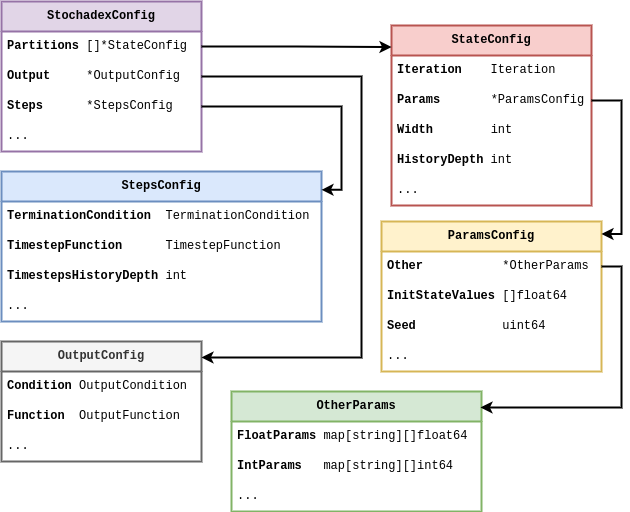
Before: images/chapter-1-stochadex-data-types.drawio.png, a diagram exported from draw.io (umbralcalc/worlds-of-observation). Source tidied: cells renumbered, new cells last; positions are measured from the earlier drawing's top-left corner, leaving out a move shared by most shapes.
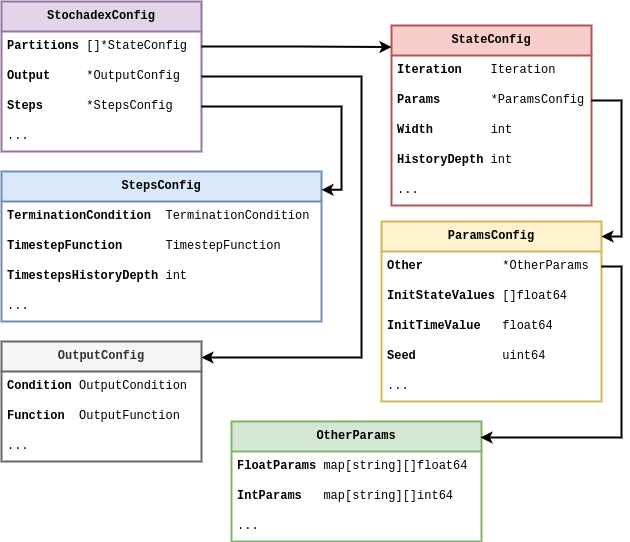
After the commit.

Commit message:
added structure updates to stochadex config

What changed in the source:
```diff
@@ -54,7 +54,7 @@
       <mxGeometry y="120" width="320" height="30" as="geometry" />
     </mxCell>
     <mxCell id="19" value="&lt;b&gt;ParamsConfig&lt;/b&gt;" style="swimlane;fontStyle=0;horizontal=1;startSize=30;whiteSpace=wrap;html=1;fontFamily=Courier New;strokeWidth=2;fillColor=#fff2cc;strokeColor=#d6b656;" parent="1" vertex="1">
-      <mxGeometry x="380" y="220" width="220" height="150" as="geometry" />
+      <mxGeometry x="380" y="220" width="220" height="180" as="geometry" />
     </mxCell>
     <mxCell id="20" value="&lt;b&gt;Other&lt;/b&gt;&amp;nbsp; &amp;nbsp; &amp;nbsp; &amp;nbsp; &amp;nbsp; &amp;nbsp;*OtherParams" style="text;strokeColor=none;fillColor=none;align=left;verticalAlign=middle;spacingLeft=4;spacingRight=4;overflow=hidden;points=[[0,0.5],[1,0.5]];portConstraint=eastwest;whiteSpace=wrap;html=1;fontFamily=Courier New;" parent="19" vertex="1">
       <mxGeometry y="30" width="220" height="30" as="geometry" />
@@ -62,11 +62,14 @@
     <mxCell id="21" value="&lt;b&gt;InitStateValues&lt;/b&gt; []float64" style="text;strokeColor=none;fillColor=none;align=left;verticalAlign=middle;spacingLeft=4;spacingRight=4;overflow=hidden;whiteSpace=wrap;html=1;fontFamily=Courier New;" parent="19" vertex="1">
       <mxGeometry y="60" width="220" height="30" as="geometry" />
     </mxCell>
-    <mxCell id="22" value="&lt;b&gt;Seed&lt;/b&gt;&amp;nbsp; &amp;nbsp; &amp;nbsp; &amp;nbsp; &amp;nbsp; &amp;nbsp; uint64" style="text;strokeColor=none;fillColor=none;align=left;verticalAlign=middle;spacingLeft=4;spacingRight=4;overflow=hidden;whiteSpace=wrap;html=1;fontFamily=Courier New;" parent="19" vertex="1">
+    <mxCell id="22" value="&lt;b&gt;InitTimeValue&lt;/b&gt;&amp;nbsp; &amp;nbsp;float64" style="text;strokeColor=none;fillColor=none;align=left;verticalAlign=middle;spacingLeft=4;spacingRight=4;overflow=hidden;whiteSpace=wrap;html=1;fontFamily=Courier New;" parent="19" vertex="1">
       <mxGeometry y="90" width="220" height="30" as="geometry" />
     </mxCell>
+    <mxCell id="36" value="&lt;b&gt;Seed&lt;/b&gt;&amp;nbsp; &amp;nbsp; &amp;nbsp; &amp;nbsp; &amp;nbsp; &amp;nbsp; uint64" style="text;strokeColor=none;fillColor=none;align=left;verticalAlign=middle;spacingLeft=4;spacingRight=4;overflow=hidden;whiteSpace=wrap;html=1;fontFamily=Courier New;" parent="19" vertex="1">
+      <mxGeometry y="120" width="220" height="30" as="geometry" />
+    </mxCell>
     <mxCell id="23" value="..." style="text;strokeColor=none;fillColor=none;align=left;verticalAlign=middle;spacingLeft=4;spacingRight=4;overflow=hidden;whiteSpace=wrap;html=1;fontFamily=Courier New;" parent="19" vertex="1">
-      <mxGeometry y="120" width="220" height="30" as="geometry" />
+      <mxGeometry y="150" width="220" height="30" as="geometry" />
     </mxCell>
     <mxCell id="24" style="edgeStyle=orthogonalEdgeStyle;rounded=0;jettySize=auto;html=1;entryX=1;entryY=0.083;entryDx=0;entryDy=0;entryPerimeter=0;strokeWidth=2;exitX=1;exitY=0.5;exitDx=0;exitDy=0;" parent="1" edge="1" source="9" target="19">
       <mxGeometry relative="1" as="geometry" />
@@ -100,7 +103,7 @@
       </mxGeometry>
     </mxCell>
     <mxCell id="31" value="&lt;b&gt;OtherParams&lt;/b&gt;" style="swimlane;fontStyle=0;horizontal=1;startSize=30;whiteSpace=wrap;html=1;fontFamily=Courier New;strokeWidth=2;fillColor=#d5e8d4;strokeColor=#82b366;" parent="1" vertex="1">
-      <mxGeometry x="230" y="390" width="250" height="120" as="geometry" />
+      <mxGeometry x="230" y="420" width="250" height="120" as="geometry" />
     </mxCell>
     <mxCell id="32" value="&lt;b&gt;FloatParams &lt;/b&gt;map[string][]float64" style="text;strokeColor=none;fillColor=none;align=left;verticalAlign=middle;spacingLeft=4;spacingRight=4;overflow=hidden;whiteSpace=wrap;html=1;fontFamily=Courier New;" parent="31" vertex="1">
       <mxGeometry y="30" width="250" height="30" as="geometry" />
@@ -115,7 +118,7 @@
       <mxGeometry relative="1" as="geometry">
         <Array as="points">
           <mxPoint x="620" y="265" />
-          <mxPoint x="620" y="406" />
+          <mxPoint x="620" y="436" />
         </Array>
       </mxGeometry>
     </mxCell>
```
